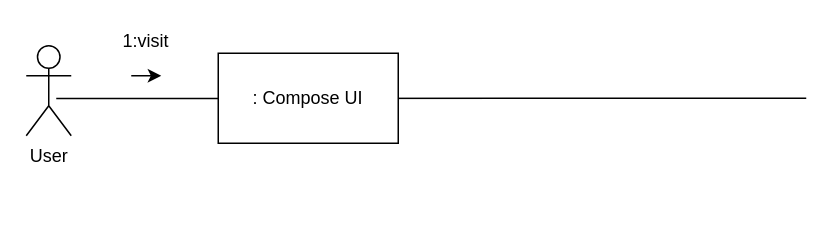
Earlier version of the draw.io diagram Seq Dia.drawio (ahrlab/BOX). Source tidied: cells renumbered, new cells numbered last; positions are measured from the earlier drawing's top-left corner, leaving out a move shared by most shapes. Both pictures are drawn from the tidied source at 150%, with x=0, y=0 at pixel (26, 26).
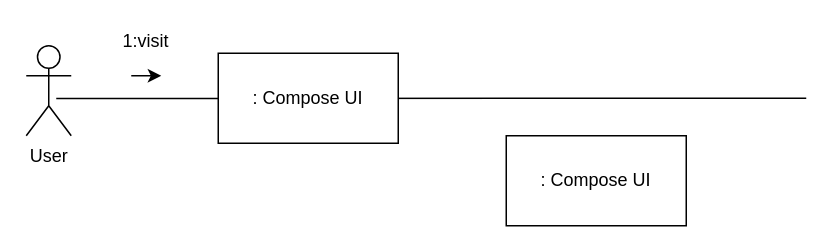
The same page after the edit.

What changed in the source:
```diff
@@
 <mxGraphModel>
   <root>
     <mxCell id="0" />
     <mxCell id="1" parent="0" />
     <mxCell id="2" value="User&lt;br&gt;" style="shape=umlActor;verticalLabelPosition=bottom;verticalAlign=top;html=1;" parent="1" vertex="1">
       <mxGeometry y="13" width="30" height="60" as="geometry" />
     </mxCell>
     <mxCell id="3" style="endArrow=none;html=1;" parent="1" edge="1">
       <mxGeometry relative="1" as="geometry">
         <mxPoint x="520" y="48" as="sourcePoint" />
         <mxPoint x="20" y="48.2" as="targetPoint" />
       </mxGeometry>
     </mxCell>
     <mxCell id="4" value=": Compose UI" style="rounded=0;whiteSpace=wrap;html=1;" parent="1" vertex="1">
       <mxGeometry x="128" y="18" width="120" height="60" as="geometry" />
     </mxCell>
     <mxCell id="5" value="1:visit" style="text;html=1;strokeColor=none;fillColor=none;align=center;verticalAlign=middle;whiteSpace=wrap;rounded=0;" parent="1" vertex="1">
       <mxGeometry x="60" width="40" height="20" as="geometry" />
     </mxCell>
     <mxCell id="6" style="endArrow=classic;html=1;" parent="1" edge="1">
       <mxGeometry relative="1" as="geometry">
         <mxPoint x="70" y="33" as="sourcePoint" />
         <mxPoint x="90" y="33" as="targetPoint" />
       </mxGeometry>
     </mxCell>
+    <mxCell id="7" value=": Compose UI" style="rounded=0;whiteSpace=wrap;html=1;" parent="1" vertex="1">
+      <mxGeometry x="320" y="73" width="120" height="60" as="geometry" />
+    </mxCell>
   </root>
 </mxGraphModel>
```
